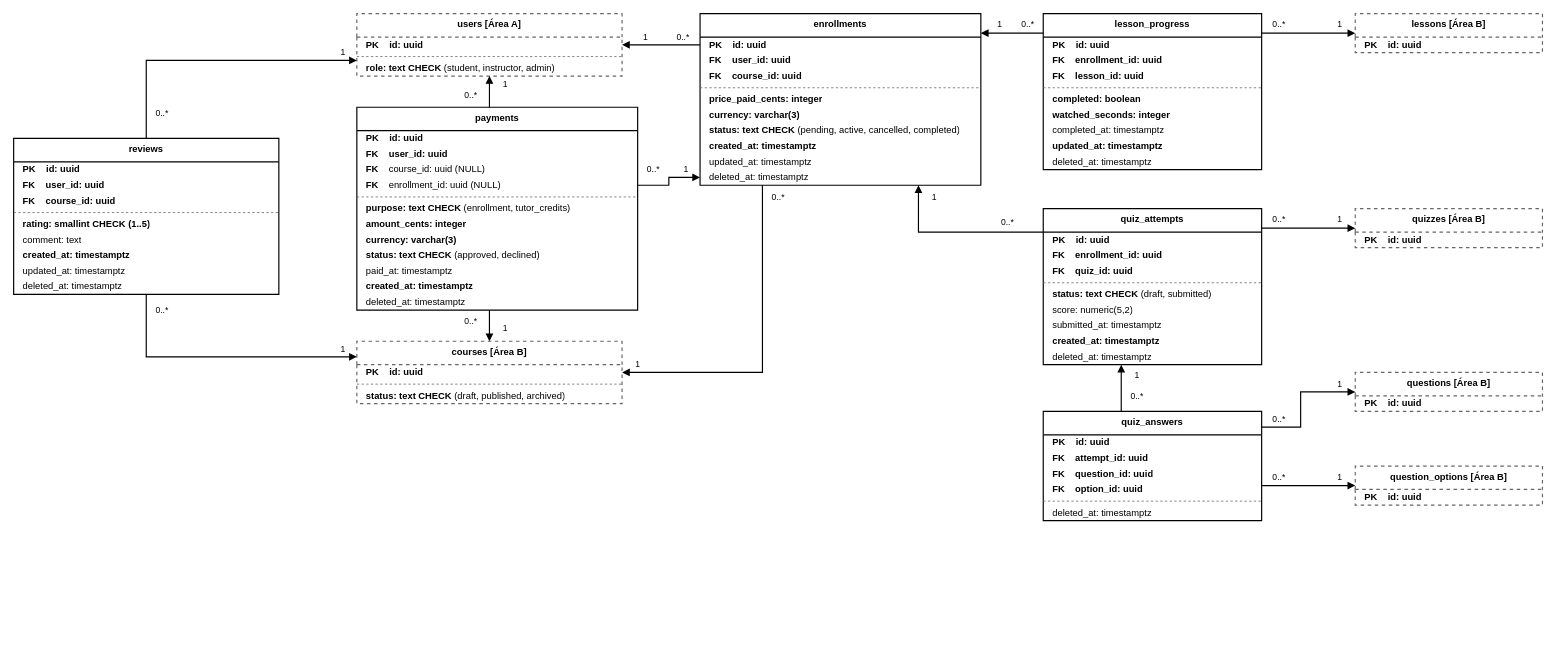
Plataforma-de-Cursos-TCC/plataforma-cursos-docs keeps this draw.io diagram as especificacao/diagramas/12-modelo-de-dados-area-c.drawio. Above is the earlier version. Source tidied: cells renumbered, new cells numbered last; positions are measured from the earlier drawing's top-left corner, leaving out a move shared by most shapes. Both pictures are drawn from the tidied source at 78%, with x=0, y=0 at pixel (13, 13).
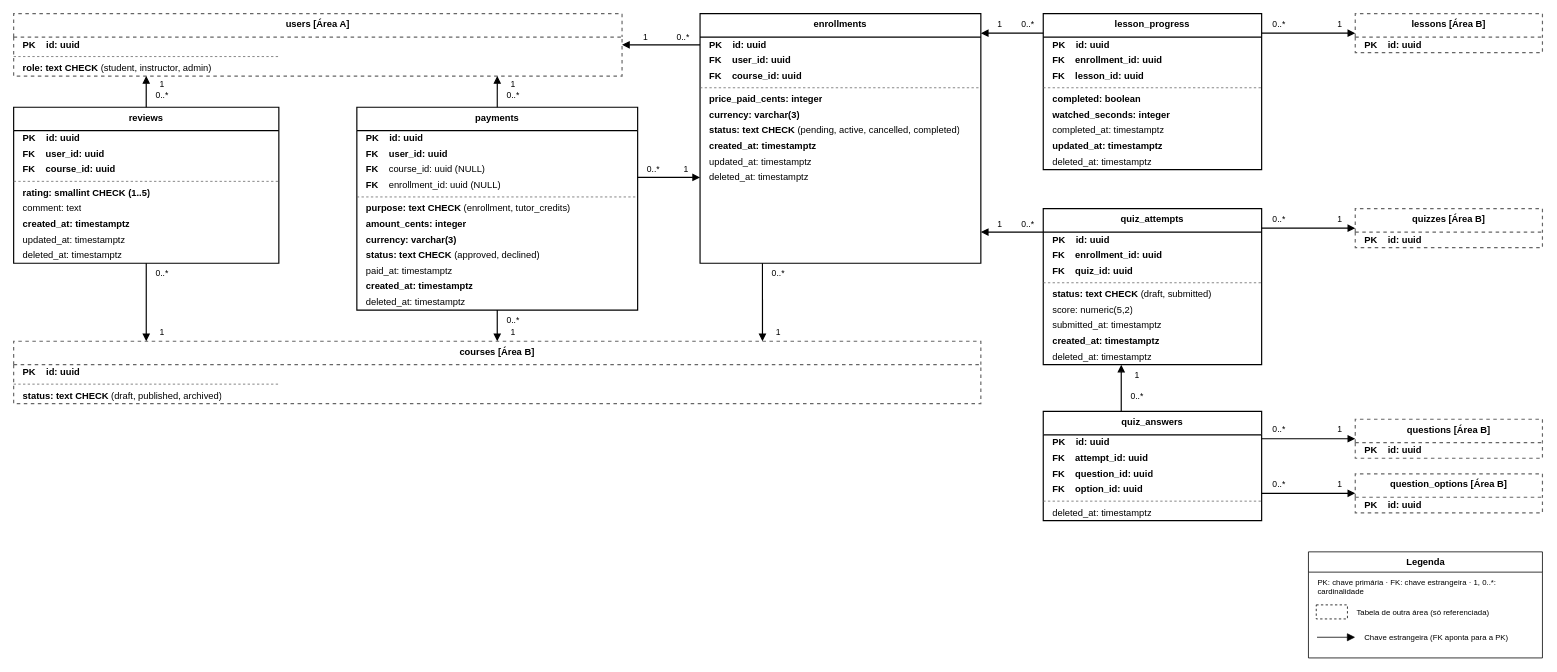
The same diagram, later.

Commit message (it also covers changes not shown here):
docs(diagrams): standardize arrows and legend of area C

Unchanged cells that the change refers to:
```xml
<mxCell id="31" value="payments" style="swimlane;fontStyle=1;align=center;verticalAlign=top;horizontal=1;startSize=30;whiteSpace=wrap;html=1;fillColor=#FFFFFF;strokeColor=#000000;strokeWidth=1.5;fontFamily=Helvetica;fontSize=12;" parent="1" vertex="1">
  <mxGeometry x="440" y="120" width="360" height="260" as="geometry" />
</mxCell>
<mxCell id="44" value="lesson_progress" style="swimlane;fontStyle=1;align=center;verticalAlign=top;horizontal=1;startSize=30;whiteSpace=wrap;html=1;fillColor=#FFFFFF;strokeColor=#000000;strokeWidth=1.5;fontFamily=Helvetica;fontSize=12;" parent="1" vertex="1">
  <mxGeometry x="1320" width="280" height="200" as="geometry" />
</mxCell>
<mxCell id="54" value="quiz_attempts" style="swimlane;fontStyle=1;align=center;verticalAlign=top;horizontal=1;startSize=30;whiteSpace=wrap;html=1;fillColor=#FFFFFF;strokeColor=#000000;strokeWidth=1.5;fontFamily=Helvetica;fontSize=12;" parent="1" vertex="1">
  <mxGeometry x="1320" y="250" width="280" height="200" as="geometry" />
</mxCell>
<mxCell id="64" value="quiz_answers" style="swimlane;fontStyle=1;align=center;verticalAlign=top;horizontal=1;startSize=30;whiteSpace=wrap;html=1;fillColor=#FFFFFF;strokeColor=#000000;strokeWidth=1.5;fontFamily=Helvetica;fontSize=12;" parent="1" vertex="1">
  <mxGeometry x="1320" y="510" width="280" height="140" as="geometry" />
</mxCell>
```

The edit, as a diff of the source:
```diff
@@
-    <mxCell id="2" value="users [Área A]" style="swimlane;fontStyle=1;align=center;verticalAlign=top;horizontal=1;startSize=30;whiteSpace=wrap;html=1;fillColor=#FFFFFF;strokeColor=#666666;strokeWidth=1.5;strokeFactor=1;dashed=1;fontFamily=Helvetica;fontSize=12;" parent="1" vertex="1">
-      <mxGeometry x="440" width="340" height="80" as="geometry" />
+    <mxCell id="2" value="users [Área A]" style="swimlane;fontStyle=1;align=center;verticalAlign=top;horizontal=1;startSize=30;whiteSpace=wrap;html=1;fillColor=#FFFFFF;strokeColor=#666666;strokeWidth=1.5;strokeFactor=1;fontFamily=Helvetica;fontSize=12;dashed=1;" parent="1" vertex="1">
+      <mxGeometry width="780" height="80" as="geometry" />
     </mxCell>
     <mxCell id="3" value="&lt;b&gt;PK&lt;/b&gt;&amp;nbsp;&amp;nbsp;&amp;nbsp;&amp;nbsp;&lt;b&gt;id: uuid&lt;/b&gt;" style="text;strokeColor=none;fillColor=none;align=left;verticalAlign=middle;spacingLeft=10;spacingRight=10;overflow=hidden;fontFamily=Helvetica;fontSize=12;html=1;" parent="2" vertex="1">
-      <mxGeometry y="30" width="340" height="20" as="geometry" />
+      <mxGeometry y="30" width="780" height="20" as="geometry" />
     </mxCell>
@@
     <mxCell id="6" value="reviews" style="swimlane;fontStyle=1;align=center;verticalAlign=top;horizontal=1;startSize=30;whiteSpace=wrap;html=1;fillColor=#FFFFFF;strokeColor=#000000;strokeWidth=1.5;fontFamily=Helvetica;fontSize=12;" parent="1" vertex="1">
-      <mxGeometry y="160" width="340" height="200" as="geometry" />
+      <mxGeometry y="120" width="340" height="200" as="geometry" />
     </mxCell>
@@
-    <mxCell id="16" value="courses [Área B]" style="swimlane;fontStyle=1;align=center;verticalAlign=top;horizontal=1;startSize=30;whiteSpace=wrap;html=1;fillColor=#FFFFFF;strokeColor=#666666;strokeWidth=1.5;strokeFactor=1;dashed=1;fontFamily=Helvetica;fontSize=12;" parent="1" vertex="1">
-      <mxGeometry x="440" y="420" width="340" height="80" as="geometry" />
+    <mxCell id="16" value="courses [Área B]" style="swimlane;fontStyle=1;align=center;verticalAlign=top;horizontal=1;startSize=30;whiteSpace=wrap;html=1;fillColor=#FFFFFF;strokeColor=#666666;strokeWidth=1.5;strokeFactor=1;fontFamily=Helvetica;fontSize=12;dashed=1;" parent="1" vertex="1">
+      <mxGeometry y="420" width="1240" height="80" as="geometry" />
     </mxCell>
     <mxCell id="17" value="&lt;b&gt;PK&lt;/b&gt;&amp;nbsp;&amp;nbsp;&amp;nbsp;&amp;nbsp;&lt;b&gt;id: uuid&lt;/b&gt;" style="text;strokeColor=none;fillColor=none;align=left;verticalAlign=middle;spacingLeft=10;spacingRight=10;overflow=hidden;fontFamily=Helvetica;fontSize=12;html=1;" parent="16" vertex="1">
-      <mxGeometry y="30" width="340" height="20" as="geometry" />
+      <mxGeometry y="30" width="1240" height="20" as="geometry" />
     </mxCell>
@@
     <mxCell id="20" value="enrollments" style="swimlane;fontStyle=1;align=center;verticalAlign=top;horizontal=1;startSize=30;whiteSpace=wrap;html=1;fillColor=#FFFFFF;strokeColor=#000000;strokeWidth=1.5;fontFamily=Helvetica;fontSize=12;" parent="1" vertex="1">
-      <mxGeometry x="880" width="360" height="220" as="geometry" />
+      <mxGeometry x="880" width="360" height="320" as="geometry" />
     </mxCell>
@@
-    <mxCell id="71" value="lessons [Área B]" style="swimlane;fontStyle=1;align=center;verticalAlign=top;horizontal=1;startSize=30;whiteSpace=wrap;html=1;fillColor=#FFFFFF;strokeColor=#666666;strokeWidth=1.5;strokeFactor=1;dashed=1;fontFamily=Helvetica;fontSize=12;" parent="1" vertex="1">
+    <mxCell id="71" value="lessons [Área B]" style="swimlane;fontStyle=1;align=center;verticalAlign=top;horizontal=1;startSize=30;whiteSpace=wrap;html=1;fillColor=#FFFFFF;strokeColor=#666666;strokeWidth=1.5;strokeFactor=1;fontFamily=Helvetica;fontSize=12;dashed=1;" parent="1" vertex="1">
       <mxGeometry x="1720" width="240" height="50" as="geometry" />
     </mxCell>
@@
-    <mxCell id="73" value="quizzes [Área B]" style="swimlane;fontStyle=1;align=center;verticalAlign=top;horizontal=1;startSize=30;whiteSpace=wrap;html=1;fillColor=#FFFFFF;strokeColor=#666666;strokeWidth=1.5;strokeFactor=1;dashed=1;fontFamily=Helvetica;fontSize=12;" parent="1" vertex="1">
+    <mxCell id="73" value="quizzes [Área B]" style="swimlane;fontStyle=1;align=center;verticalAlign=top;horizontal=1;startSize=30;whiteSpace=wrap;html=1;fillColor=#FFFFFF;strokeColor=#666666;strokeWidth=1.5;strokeFactor=1;fontFamily=Helvetica;fontSize=12;dashed=1;" parent="1" vertex="1">
       <mxGeometry x="1720" y="250" width="240" height="50" as="geometry" />
     </mxCell>
@@
-    <mxCell id="75" value="questions [Área B]" style="swimlane;fontStyle=1;align=center;verticalAlign=top;horizontal=1;startSize=30;whiteSpace=wrap;html=1;fillColor=#FFFFFF;strokeColor=#666666;strokeWidth=1.5;strokeFactor=1;dashed=1;fontFamily=Helvetica;fontSize=12;" parent="1" vertex="1">
-      <mxGeometry x="1720" y="460" width="240" height="50" as="geometry" />
+    <mxCell id="75" value="questions [Área B]" style="swimlane;fontStyle=1;align=center;verticalAlign=top;horizontal=1;startSize=30;whiteSpace=wrap;html=1;fillColor=#FFFFFF;strokeColor=#666666;strokeWidth=1.5;strokeFactor=1;fontFamily=Helvetica;fontSize=12;dashed=1;" parent="1" vertex="1">
+      <mxGeometry x="1720" y="520" width="240" height="50" as="geometry" />
     </mxCell>
@@
-    <mxCell id="77" value="question_options [Área B]" style="swimlane;fontStyle=1;align=center;verticalAlign=top;horizontal=1;startSize=30;whiteSpace=wrap;html=1;fillColor=#FFFFFF;strokeColor=#666666;strokeWidth=1.5;strokeFactor=1;dashed=1;fontFamily=Helvetica;fontSize=12;" parent="1" vertex="1">
-      <mxGeometry x="1720" y="580" width="240" height="50" as="geometry" />
+    <mxCell id="77" value="question_options [Área B]" style="swimlane;fontStyle=1;align=center;verticalAlign=top;horizontal=1;startSize=30;whiteSpace=wrap;html=1;fillColor=#FFFFFF;strokeColor=#666666;strokeWidth=1.5;strokeFactor=1;fontFamily=Helvetica;fontSize=12;dashed=1;" parent="1" vertex="1">
+      <mxGeometry x="1720" y="590" width="240" height="50" as="geometry" />
     </mxCell>
@@
-    <mxCell id="79" style="edgeStyle=orthogonalEdgeStyle;rounded=0;jettySize=auto;html=1;strokeColor=#000000;strokeWidth=1.5;endArrow=block;endFill=1;exitX=0.5;exitY=0.0;exitPerimeter=0;entryX=0.0;entryY=0.75;entryPerimeter=0;" parent="1" edge="1" source="6" target="2">
-      <mxGeometry relative="1" as="geometry">
-        <Array as="points">
-          <mxPoint x="170" y="60" />
-        </Array>
-      </mxGeometry>
+    <mxCell id="79" style="edgeStyle=orthogonalEdgeStyle;rounded=0;jettySize=auto;html=1;strokeColor=#000000;strokeWidth=1.5;endArrow=block;endFill=1;exitX=0.5;exitY=0;entryX=0.2179;entryY=1;" parent="1" edge="1" source="6" target="2">
+      <mxGeometry relative="1" as="geometry" />
     </mxCell>
     <mxCell id="80" value="0..*" style="text;html=1;align=center;verticalAlign=middle;strokeColor=none;fillColor=none;fontFamily=Helvetica;fontSize=11;fontColor=#000000;" parent="1" vertex="1">
-      <mxGeometry x="176" y="120" width="28" height="16" as="geometry" />
+      <mxGeometry x="176" y="96" width="28" height="16" as="geometry" />
     </mxCell>
     <mxCell id="81" value="1" style="text;html=1;align=center;verticalAlign=middle;strokeColor=none;fillColor=none;fontFamily=Helvetica;fontSize=11;fontColor=#000000;" parent="1" vertex="1">
-      <mxGeometry x="408" y="42" width="28" height="16" as="geometry" />
+      <mxGeometry x="176" y="82" width="28" height="16" as="geometry" />
     </mxCell>
-    <mxCell id="82" style="edgeStyle=orthogonalEdgeStyle;rounded=0;jettySize=auto;html=1;strokeColor=#000000;strokeWidth=1.5;endArrow=block;endFill=1;exitX=0.5;exitY=1.0;exitPerimeter=0;entryX=0.0;entryY=0.25;entryPerimeter=0;" parent="1" edge="1" source="6" target="16">
-      <mxGeometry relative="1" as="geometry">
-        <Array as="points">
-          <mxPoint x="170" y="440" />
-        </Array>
-      </mxGeometry>
+    <mxCell id="82" style="edgeStyle=orthogonalEdgeStyle;rounded=0;jettySize=auto;html=1;strokeColor=#000000;strokeWidth=1.5;endArrow=block;endFill=1;exitX=0.5;exitY=1;entryX=0.1371;entryY=0;" parent="1" edge="1" source="6" target="16">
+      <mxGeometry relative="1" as="geometry" />
     </mxCell>
     <mxCell id="83" value="0..*" style="text;html=1;align=center;verticalAlign=middle;strokeColor=none;fillColor=none;fontFamily=Helvetica;fontSize=11;fontColor=#000000;" parent="1" vertex="1">
-      <mxGeometry x="176" y="372" width="28" height="16" as="geometry" />
+      <mxGeometry x="176" y="325" width="28" height="16" as="geometry" />
     </mxCell>
     <mxCell id="84" value="1" style="text;html=1;align=center;verticalAlign=middle;strokeColor=none;fillColor=none;fontFamily=Helvetica;fontSize=11;fontColor=#000000;" parent="1" vertex="1">
-      <mxGeometry x="408" y="422" width="28" height="16" as="geometry" />
+      <mxGeometry x="176" y="400" width="28" height="16" as="geometry" />
     </mxCell>
-    <mxCell id="85" style="edgeStyle=orthogonalEdgeStyle;rounded=0;jettySize=auto;html=1;strokeColor=#000000;strokeWidth=1.5;endArrow=block;endFill=1;exitX=0.0;exitY=0.1818;exitPerimeter=0;entryX=1.0;entryY=0.5;entryPerimeter=0;" parent="1" edge="1" source="20" target="2">
+    <mxCell id="85" style="edgeStyle=orthogonalEdgeStyle;rounded=0;jettySize=auto;html=1;strokeColor=#000000;strokeWidth=1.5;endArrow=block;endFill=1;exitX=0;exitY=0.125;entryX=1;entryY=0.5;" parent="1" edge="1" source="20" target="2">
       <mxGeometry relative="1" as="geometry" />
     </mxCell>
@@
-    <mxCell id="88" style="edgeStyle=orthogonalEdgeStyle;rounded=0;jettySize=auto;html=1;strokeColor=#000000;strokeWidth=1.5;endArrow=block;endFill=1;exitX=0.4722;exitY=0.0;exitPerimeter=0;entryX=0.5;entryY=1.0;entryPerimeter=0;" parent="1" edge="1" source="31" target="2">
+    <mxCell id="88" style="edgeStyle=orthogonalEdgeStyle;rounded=0;jettySize=auto;html=1;strokeColor=#000000;strokeWidth=1.5;endArrow=block;endFill=1;exitX=0.5;exitY=0;entryX=0.7949;entryY=1;" parent="1" edge="1" source="31" target="2">
       <mxGeometry relative="1" as="geometry" />
     </mxCell>
     <mxCell id="89" value="0..*" style="text;html=1;align=center;verticalAlign=middle;strokeColor=none;fillColor=none;fontFamily=Helvetica;fontSize=11;fontColor=#000000;" parent="1" vertex="1">
-      <mxGeometry x="572" y="96" width="28" height="16" as="geometry" />
+      <mxGeometry x="626" y="96" width="28" height="16" as="geometry" />
     </mxCell>
     <mxCell id="90" value="1" style="text;html=1;align=center;verticalAlign=middle;strokeColor=none;fillColor=none;fontFamily=Helvetica;fontSize=11;fontColor=#000000;" parent="1" vertex="1">
-      <mxGeometry x="616" y="82" width="28" height="16" as="geometry" />
+      <mxGeometry x="626" y="82" width="28" height="16" as="geometry" />
     </mxCell>
-    <mxCell id="91" style="edgeStyle=orthogonalEdgeStyle;rounded=0;jettySize=auto;html=1;strokeColor=#000000;strokeWidth=1.5;endArrow=block;endFill=1;exitX=1.0;exitY=0.3846;exitPerimeter=0;entryX=0.0;entryY=0.9545;entryPerimeter=0;" parent="1" edge="1" source="31" target="20">
+    <mxCell id="91" style="edgeStyle=orthogonalEdgeStyle;rounded=0;jettySize=auto;html=1;strokeColor=#000000;strokeWidth=1.5;endArrow=block;endFill=1;exitX=1;exitY=0.3462;entryX=0;entryY=0.65625;" parent="1" edge="1" source="31" target="20">
       <mxGeometry relative="1" as="geometry" />
     </mxCell>
@@
-    <mxCell id="94" style="edgeStyle=orthogonalEdgeStyle;rounded=0;jettySize=auto;html=1;strokeColor=#000000;strokeWidth=1.5;endArrow=block;endFill=1;exitX=0.2222;exitY=1.0;exitPerimeter=0;entryX=1.0;entryY=0.5;entryPerimeter=0;" parent="1" edge="1" source="20" target="16">
-      <mxGeometry relative="1" as="geometry">
-        <Array as="points">
-          <mxPoint x="960" y="460" />
-        </Array>
-      </mxGeometry>
+    <mxCell id="94" style="edgeStyle=orthogonalEdgeStyle;rounded=0;jettySize=auto;html=1;strokeColor=#000000;strokeWidth=1.5;endArrow=block;endFill=1;exitX=0.2222;exitY=1;entryX=0.7742;entryY=0;" parent="1" edge="1" source="20" target="16">
+      <mxGeometry relative="1" as="geometry" />
     </mxCell>
     <mxCell id="95" value="0..*" style="text;html=1;align=center;verticalAlign=middle;strokeColor=none;fillColor=none;fontFamily=Helvetica;fontSize=11;fontColor=#000000;" parent="1" vertex="1">
-      <mxGeometry x="966" y="228" width="28" height="16" as="geometry" />
+      <mxGeometry x="966" y="325" width="28" height="16" as="geometry" />
     </mxCell>
     <mxCell id="96" value="1" style="text;html=1;align=center;verticalAlign=middle;strokeColor=none;fillColor=none;fontFamily=Helvetica;fontSize=11;fontColor=#000000;" parent="1" vertex="1">
-      <mxGeometry x="786" y="442" width="28" height="16" as="geometry" />
+      <mxGeometry x="966" y="400" width="28" height="16" as="geometry" />
     </mxCell>
-    <mxCell id="97" style="edgeStyle=orthogonalEdgeStyle;rounded=0;jettySize=auto;html=1;strokeColor=#000000;strokeWidth=1.5;endArrow=block;endFill=1;exitX=0.4722;exitY=1.0;exitPerimeter=0;entryX=0.5;entryY=0.0;entryPerimeter=0;" parent="1" edge="1" source="31" target="16">
+    <mxCell id="97" style="edgeStyle=orthogonalEdgeStyle;rounded=0;jettySize=auto;html=1;strokeColor=#000000;strokeWidth=1.5;endArrow=block;endFill=1;exitX=0.5;exitY=1;entryX=0.5;entryY=0;" parent="1" edge="1" source="31" target="16">
       <mxGeometry relative="1" as="geometry" />
     </mxCell>
     <mxCell id="98" value="0..*" style="text;html=1;align=center;verticalAlign=middle;strokeColor=none;fillColor=none;fontFamily=Helvetica;fontSize=11;fontColor=#000000;" parent="1" vertex="1">
-      <mxGeometry x="572" y="386" width="28" height="16" as="geometry" />
+      <mxGeometry x="626" y="385" width="28" height="16" as="geometry" />
     </mxCell>
     <mxCell id="99" value="1" style="text;html=1;align=center;verticalAlign=middle;strokeColor=none;fillColor=none;fontFamily=Helvetica;fontSize=11;fontColor=#000000;" parent="1" vertex="1">
-      <mxGeometry x="616" y="396" width="28" height="16" as="geometry" />
+      <mxGeometry x="626" y="400" width="28" height="16" as="geometry" />
     </mxCell>
-    <mxCell id="100" style="edgeStyle=orthogonalEdgeStyle;rounded=0;jettySize=auto;html=1;strokeColor=#000000;strokeWidth=1.5;endArrow=block;endFill=1;exitX=0.0;exitY=0.125;exitPerimeter=0;entryX=1.0;entryY=0.1136;entryPerimeter=0;" parent="1" edge="1" source="44" target="20">
+    <mxCell id="100" style="edgeStyle=orthogonalEdgeStyle;rounded=0;jettySize=auto;html=1;strokeColor=#000000;strokeWidth=1.5;endArrow=block;endFill=1;exitX=0;exitY=0.125;entryX=1;entryY=0.078125;" parent="1" edge="1" source="44" target="20">
       <mxGeometry relative="1" as="geometry" />
     </mxCell>
@@
-    <mxCell id="103" style="edgeStyle=orthogonalEdgeStyle;rounded=0;jettySize=auto;html=1;strokeColor=#000000;strokeWidth=1.5;endArrow=block;endFill=1;exitX=0.0;exitY=0.15;exitPerimeter=0;entryX=0.7778;entryY=1.0;entryPerimeter=0;" parent="1" edge="1" source="54" target="20">
-      <mxGeometry relative="1" as="geometry">
-        <Array as="points">
-          <mxPoint x="1160" y="280" />
-        </Array>
-      </mxGeometry>
+    <mxCell id="103" style="edgeStyle=orthogonalEdgeStyle;rounded=0;jettySize=auto;html=1;strokeColor=#000000;strokeWidth=1.5;endArrow=block;endFill=1;exitX=0;exitY=0.15;entryX=1;entryY=0.875;" parent="1" edge="1" source="54" target="20">
+      <mxGeometry relative="1" as="geometry" />
     </mxCell>
     <mxCell id="104" value="0..*" style="text;html=1;align=center;verticalAlign=middle;strokeColor=none;fillColor=none;fontFamily=Helvetica;fontSize=11;fontColor=#000000;" parent="1" vertex="1">
-      <mxGeometry x="1260" y="260" width="28" height="16" as="geometry" />
+      <mxGeometry x="1286" y="262" width="28" height="16" as="geometry" />
     </mxCell>
     <mxCell id="105" value="1" style="text;html=1;align=center;verticalAlign=middle;strokeColor=none;fillColor=none;fontFamily=Helvetica;fontSize=11;fontColor=#000000;" parent="1" vertex="1">
-      <mxGeometry x="1166" y="228" width="28" height="16" as="geometry" />
+      <mxGeometry x="1250" y="262" width="28" height="16" as="geometry" />
     </mxCell>
@@
-    <mxCell id="115" style="edgeStyle=orthogonalEdgeStyle;rounded=0;jettySize=auto;html=1;strokeColor=#000000;strokeWidth=1.5;endArrow=block;endFill=1;exitX=1.0;exitY=0.1429;exitPerimeter=0;entryX=0.0;entryY=0.5;entryPerimeter=0;" parent="1" edge="1" source="64" target="75">
-      <mxGeometry relative="1" as="geometry">
-        <Array as="points">
-          <mxPoint x="1650" y="530" />
-          <mxPoint x="1650" y="485" />
-        </Array>
-      </mxGeometry>
+    <mxCell id="115" style="edgeStyle=orthogonalEdgeStyle;rounded=0;jettySize=auto;html=1;strokeColor=#000000;strokeWidth=1.5;endArrow=block;endFill=1;exitX=1.0;exitY=0.25;exitPerimeter=0;entryX=0.0;entryY=0.5;entryPerimeter=0;" parent="1" edge="1" source="64" target="75">
+      <mxGeometry relative="1" as="geometry" />
     </mxCell>
     <mxCell id="116" value="0..*" style="text;html=1;align=center;verticalAlign=middle;strokeColor=none;fillColor=none;fontFamily=Helvetica;fontSize=11;fontColor=#000000;" parent="1" vertex="1">
-      <mxGeometry x="1608" y="512" width="28" height="16" as="geometry" />
+      <mxGeometry x="1608" y="525" width="28" height="16" as="geometry" />
     </mxCell>
     <mxCell id="117" value="1" style="text;html=1;align=center;verticalAlign=middle;strokeColor=none;fillColor=none;fontFamily=Helvetica;fontSize=11;fontColor=#000000;" parent="1" vertex="1">
-      <mxGeometry x="1686" y="467" width="28" height="16" as="geometry" />
+      <mxGeometry x="1686" y="525" width="28" height="16" as="geometry" />
     </mxCell>
-    <mxCell id="118" style="edgeStyle=orthogonalEdgeStyle;rounded=0;jettySize=auto;html=1;strokeColor=#000000;strokeWidth=1.5;endArrow=block;endFill=1;exitX=1.0;exitY=0.6786;exitPerimeter=0;entryX=0.0;entryY=0.5;entryPerimeter=0;" parent="1" edge="1" source="64" target="77">
+    <mxCell id="118" style="edgeStyle=orthogonalEdgeStyle;rounded=0;jettySize=auto;html=1;strokeColor=#000000;strokeWidth=1.5;endArrow=block;endFill=1;exitX=1.0;exitY=0.75;exitPerimeter=0;entryX=0.0;entryY=0.5;entryPerimeter=0;" parent="1" edge="1" source="64" target="77">
       <mxGeometry relative="1" as="geometry" />
     </mxCell>
     <mxCell id="119" value="0..*" style="text;html=1;align=center;verticalAlign=middle;strokeColor=none;fillColor=none;fontFamily=Helvetica;fontSize=11;fontColor=#000000;" parent="1" vertex="1">
-      <mxGeometry x="1608" y="587" width="28" height="16" as="geometry" />
+      <mxGeometry x="1608" y="595" width="28" height="16" as="geometry" />
     </mxCell>
     <mxCell id="120" value="1" style="text;html=1;align=center;verticalAlign=middle;strokeColor=none;fillColor=none;fontFamily=Helvetica;fontSize=11;fontColor=#000000;" parent="1" vertex="1">
-      <mxGeometry x="1686" y="587" width="28" height="16" as="geometry" />
+      <mxGeometry x="1686" y="595" width="28" height="16" as="geometry" />
     </mxCell>
+    <mxCell id="121" value="Legenda" style="swimlane;html=1;rounded=0;startSize=26;fontStyle=1;fillColor=#FFFFFF;swimlaneFillColor=#FFFFFF;strokeColor=#000000;" parent="1" vertex="1">
+      <mxGeometry x="1660" y="690" width="300" height="136" as="geometry" />
+    </mxCell>
+    <mxCell id="122" value="PK: chave primária · FK: chave estrangeira · 1, 0..*: cardinalidade" style="text;html=1;align=left;verticalAlign=middle;fontSize=10;whiteSpace=wrap;" parent="121" vertex="1">
+      <mxGeometry x="10" y="32" width="280" height="26" as="geometry" />
+    </mxCell>
+    <mxCell id="123" style="rounded=0;html=1;dashed=1;fillColor=#FFFFFF;strokeColor=#000000;" parent="121" vertex="1">
+      <mxGeometry x="10" y="68" width="40" height="18" as="geometry" />
+    </mxCell>
+    <mxCell id="124" value="Tabela de outra área (só referenciada)" style="text;html=1;align=left;verticalAlign=middle;fontSize=10;" parent="121" vertex="1">
+      <mxGeometry x="60" y="64" width="230" height="26" as="geometry" />
+    </mxCell>
+    <mxCell id="125" style="point;size=1;strokeColor=none;fillColor=none;" parent="121" vertex="1">
+      <mxGeometry x="10" y="109" width="1" height="1" as="geometry" />
+    </mxCell>
+    <mxCell id="126" style="point;size=1;strokeColor=none;fillColor=none;" parent="121" vertex="1">
+      <mxGeometry x="60" y="109" width="1" height="1" as="geometry" />
+    </mxCell>
+    <mxCell id="127" style="edgeStyle=orthogonalEdgeStyle;rounded=0;html=1;strokeColor=#000000;endSize=8;startSize=10;endArrow=block;endFill=1;" parent="121" edge="1" source="125" target="126">
+      <mxGeometry relative="1" as="geometry" />
+    </mxCell>
+    <mxCell id="128" value="Chave estrangeira (FK aponta para a PK)" style="text;html=1;align=left;verticalAlign=middle;fontSize=10;whiteSpace=wrap;" parent="121" vertex="1">
+      <mxGeometry x="70" y="96" width="220" height="26" as="geometry" />
+    </mxCell>
```
